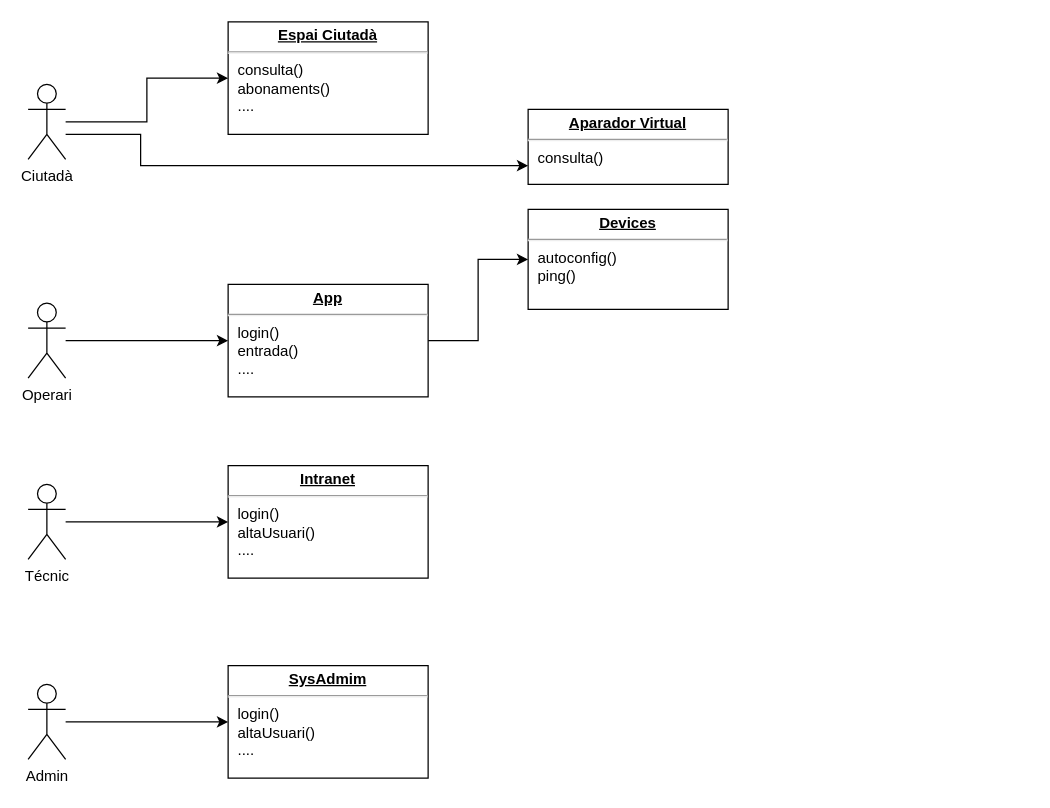
Above: Wastip-App_roles&apps.drawio in drubio-moba/diagramas (draw.io), before the change. Source tidied: cells renumbered, new cells numbered last; positions are measured from the earlier drawing's top-left corner, leaving out a move shared by most shapes. Both pictures are drawn from the tidied source at 125%, with x=0, y=0 at pixel (28, 21).
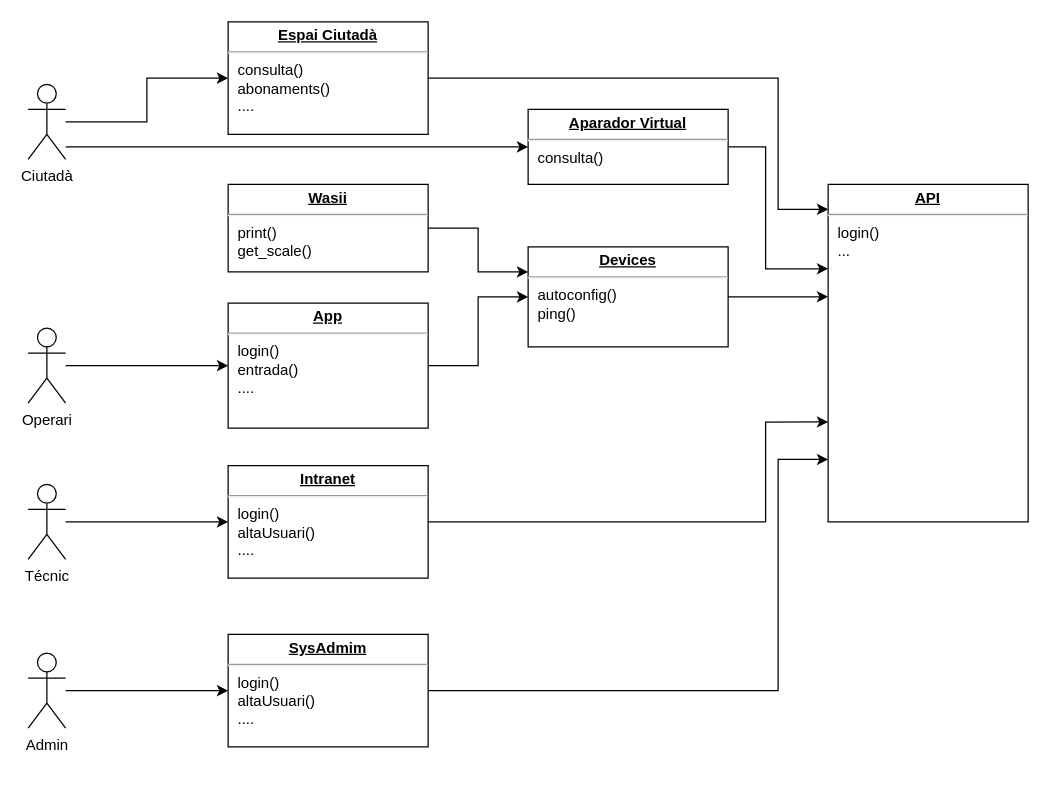
Above is the later version.

The change refers to these unchanged cells:
```xml
<mxCell id="4" value="Ciutadà" style="shape=umlActor;verticalLabelPosition=bottom;verticalAlign=top;html=1;" parent="1" vertex="1">
  <mxGeometry y="50" width="30" height="60" as="geometry" />
</mxCell>
<mxCell id="11" value="&lt;p style=&quot;margin: 0px ; margin-top: 4px ; text-align: center ; text-decoration: underline&quot;&gt;&lt;b&gt;Espai Ciutadà&lt;/b&gt;&lt;/p&gt;&lt;hr&gt;&lt;p style=&quot;margin: 0px ; margin-left: 8px&quot;&gt;consulta()&lt;br&gt;abonaments()&lt;br&gt;....&lt;/p&gt;" style="verticalAlign=top;align=left;overflow=fill;fontSize=12;fontFamily=Helvetica;html=1;" parent="1" vertex="1">
  <mxGeometry x="160" width="160" height="90" as="geometry" />
</mxCell>
<mxCell id="12" value="&lt;p style=&quot;margin: 0px ; margin-top: 4px ; text-align: center ; text-decoration: underline&quot;&gt;&lt;b&gt;Aparador Virtual&lt;/b&gt;&lt;/p&gt;&lt;hr&gt;&lt;p style=&quot;margin: 0px ; margin-left: 8px&quot;&gt;consulta()&lt;br&gt;&lt;br&gt;&lt;/p&gt;" style="verticalAlign=top;align=left;overflow=fill;fontSize=12;fontFamily=Helvetica;html=1;labelBorderColor=none;" parent="1" vertex="1">
  <mxGeometry x="400" y="70" width="160" height="60" as="geometry" />
</mxCell>
<mxCell id="13" value="&lt;p style=&quot;margin: 0px ; margin-top: 4px ; text-align: center ; text-decoration: underline&quot;&gt;&lt;b&gt;Intranet&lt;/b&gt;&lt;/p&gt;&lt;hr&gt;&lt;p style=&quot;margin: 0px ; margin-left: 8px&quot;&gt;login()&lt;br&gt;altaUsuari()&lt;br&gt;....&lt;/p&gt;" style="verticalAlign=top;align=left;overflow=fill;fontSize=12;fontFamily=Helvetica;html=1;" parent="1" vertex="1">
  <mxGeometry x="160" y="355" width="160" height="90" as="geometry" />
</mxCell>
```

Change to the diagram source:
```diff
@@
+    <mxCell id="3" style="edgeStyle=orthogonalEdgeStyle;rounded=0;jettySize=auto;html=1;entryX=0;entryY=0.5;entryDx=0;entryDy=0;" parent="1" edge="1" source="4" target="11">
+      <mxGeometry relative="1" as="geometry" />
+    </mxCell>
-    <mxCell id="2" style="edgeStyle=orthogonalEdgeStyle;rounded=0;jettySize=auto;html=1;entryX=0;entryY=0.75;entryDx=0;entryDy=0;" parent="1" edge="1" source="4" target="12">
+    <mxCell id="2" style="edgeStyle=orthogonalEdgeStyle;rounded=0;jettySize=auto;html=1;entryX=0;entryY=0.5;entryDx=0;entryDy=0;" parent="1" edge="1" source="4" target="12">
       <mxGeometry relative="1" as="geometry">
         <Array as="points">
-          <mxPoint x="90" y="90" />
-          <mxPoint x="90" y="115" />
+          <mxPoint x="400" y="100" />
         </Array>
       </mxGeometry>
     </mxCell>
-    <mxCell id="3" style="edgeStyle=orthogonalEdgeStyle;rounded=0;jettySize=auto;html=1;entryX=0;entryY=0.5;entryDx=0;entryDy=0;" parent="1" edge="1" source="4" target="11">
-      <mxGeometry relative="1" as="geometry" />
-    </mxCell>
@@
     <mxCell id="6" value="Operari" style="shape=umlActor;verticalLabelPosition=bottom;verticalAlign=top;html=1;" parent="1" vertex="1">
-      <mxGeometry y="225" width="30" height="60" as="geometry" />
+      <mxGeometry y="245" width="30" height="60" as="geometry" />
     </mxCell>
@@
     <mxCell id="8" value="Admin" style="shape=umlActor;verticalLabelPosition=bottom;verticalAlign=top;html=1;" parent="1" vertex="1">
-      <mxGeometry y="530" width="30" height="60" as="geometry" />
+      <mxGeometry y="505" width="30" height="60" as="geometry" />
     </mxCell>
@@
+    <mxCell id="18" style="edgeStyle=orthogonalEdgeStyle;rounded=0;jettySize=auto;html=1;entryX=0;entryY=0.074;entryDx=0;entryDy=0;entryPerimeter=0;" parent="1" edge="1" source="11" target="25">
+      <mxGeometry relative="1" as="geometry">
+        <Array as="points">
+          <mxPoint x="600" y="45" />
+          <mxPoint x="600" y="150" />
+        </Array>
+      </mxGeometry>
+    </mxCell>
@@
+    <mxCell id="19" style="edgeStyle=orthogonalEdgeStyle;rounded=0;jettySize=auto;html=1;entryX=0;entryY=0.25;entryDx=0;entryDy=0;" parent="1" edge="1" source="12" target="25">
+      <mxGeometry relative="1" as="geometry">
+        <Array as="points">
+          <mxPoint x="590" y="100" />
+          <mxPoint x="590" y="198" />
+        </Array>
+      </mxGeometry>
+    </mxCell>
@@
+    <mxCell id="20" style="edgeStyle=orthogonalEdgeStyle;rounded=0;jettySize=auto;html=1;entryX=0;entryY=0.704;entryDx=0;entryDy=0;entryPerimeter=0;" parent="1" edge="1" source="13" target="25">
+      <mxGeometry relative="1" as="geometry">
+        <Array as="points">
+          <mxPoint x="590" y="400" />
+          <mxPoint x="590" y="320" />
+        </Array>
+      </mxGeometry>
+    </mxCell>
@@
     <mxCell id="14" style="edgeStyle=orthogonalEdgeStyle;rounded=0;jettySize=auto;html=1;entryX=0;entryY=0.5;entryDx=0;entryDy=0;" parent="1" edge="1" source="15" target="17">
-      <mxGeometry relative="1" as="geometry" />
+      <mxGeometry relative="1" as="geometry">
+        <Array as="points">
+          <mxPoint x="360" y="275" />
+          <mxPoint x="360" y="220" />
+          <mxPoint x="400" y="220" />
+        </Array>
+      </mxGeometry>
     </mxCell>
     <mxCell id="15" value="&lt;p style=&quot;margin: 0px ; margin-top: 4px ; text-align: center ; text-decoration: underline&quot;&gt;&lt;b&gt;App&lt;/b&gt;&lt;/p&gt;&lt;hr&gt;&lt;p style=&quot;margin: 0px ; margin-left: 8px&quot;&gt;login()&lt;br&gt;entrada()&lt;br&gt;....&lt;/p&gt;" style="verticalAlign=top;align=left;overflow=fill;fontSize=12;fontFamily=Helvetica;html=1;" parent="1" vertex="1">
-      <mxGeometry x="160" y="210" width="160" height="90" as="geometry" />
+      <mxGeometry x="160" y="225" width="160" height="100" as="geometry" />
     </mxCell>
+    <mxCell id="21" style="edgeStyle=orthogonalEdgeStyle;rounded=0;jettySize=auto;html=1;entryX=0;entryY=0.815;entryDx=0;entryDy=0;entryPerimeter=0;" parent="1" edge="1" source="16" target="25">
+      <mxGeometry relative="1" as="geometry">
+        <Array as="points">
+          <mxPoint x="600" y="535" />
+          <mxPoint x="600" y="350" />
+        </Array>
+      </mxGeometry>
+    </mxCell>
     <mxCell id="16" value="&lt;p style=&quot;margin: 0px ; margin-top: 4px ; text-align: center ; text-decoration: underline&quot;&gt;&lt;b&gt;SysAdmim&lt;/b&gt;&lt;/p&gt;&lt;hr&gt;&lt;p style=&quot;margin: 0px ; margin-left: 8px&quot;&gt;login()&lt;br&gt;altaUsuari()&lt;br&gt;....&lt;/p&gt;" style="verticalAlign=top;align=left;overflow=fill;fontSize=12;fontFamily=Helvetica;html=1;" parent="1" vertex="1">
-      <mxGeometry x="160" y="515" width="160" height="90" as="geometry" />
+      <mxGeometry x="160" y="490" width="160" height="90" as="geometry" />
     </mxCell>
+    <mxCell id="22" style="edgeStyle=orthogonalEdgeStyle;rounded=0;jettySize=auto;html=1;entryX=0;entryY=0.333;entryDx=0;entryDy=0;entryPerimeter=0;" parent="1" edge="1" source="17" target="25">
+      <mxGeometry relative="1" as="geometry" />
+    </mxCell>
     <mxCell id="17" value="&lt;p style=&quot;margin: 0px ; margin-top: 4px ; text-align: center ; text-decoration: underline&quot;&gt;&lt;b&gt;Devices&lt;/b&gt;&lt;/p&gt;&lt;hr&gt;&lt;p style=&quot;margin: 0px ; margin-left: 8px&quot;&gt;autoconfig()&lt;br&gt;ping()&lt;br&gt;&lt;/p&gt;" style="verticalAlign=top;align=left;overflow=fill;fontSize=12;fontFamily=Helvetica;html=1;" parent="1" vertex="1">
-      <mxGeometry x="400" y="150" width="160" height="80" as="geometry" />
+      <mxGeometry x="400" y="180" width="160" height="80" as="geometry" />
     </mxCell>
+    <mxCell id="23" style="edgeStyle=orthogonalEdgeStyle;rounded=0;jettySize=auto;html=1;entryX=0;entryY=0.25;entryDx=0;entryDy=0;" parent="1" edge="1" source="24" target="17">
+      <mxGeometry relative="1" as="geometry" />
+    </mxCell>
+    <mxCell id="24" value="&lt;p style=&quot;margin: 0px ; margin-top: 4px ; text-align: center ; text-decoration: underline&quot;&gt;&lt;b&gt;Wasii&lt;/b&gt;&lt;/p&gt;&lt;hr&gt;&lt;p style=&quot;margin: 0px ; margin-left: 8px&quot;&gt;print()&lt;br&gt;get_scale()&lt;br&gt;&lt;/p&gt;" style="verticalAlign=top;align=left;overflow=fill;fontSize=12;fontFamily=Helvetica;html=1;" parent="1" vertex="1">
+      <mxGeometry x="160" y="130" width="160" height="70" as="geometry" />
+    </mxCell>
+    <mxCell id="25" value="&lt;p style=&quot;margin: 0px ; margin-top: 4px ; text-align: center ; text-decoration: underline&quot;&gt;&lt;b&gt;API&lt;/b&gt;&lt;/p&gt;&lt;hr&gt;&lt;p style=&quot;margin: 0px ; margin-left: 8px&quot;&gt;login()&lt;/p&gt;&lt;p style=&quot;margin: 0px ; margin-left: 8px&quot;&gt;...&lt;/p&gt;" style="verticalAlign=top;align=left;overflow=fill;fontSize=12;fontFamily=Helvetica;html=1;" parent="1" vertex="1">
+      <mxGeometry x="640" y="130" width="160" height="270" as="geometry" />
+    </mxCell>
```
